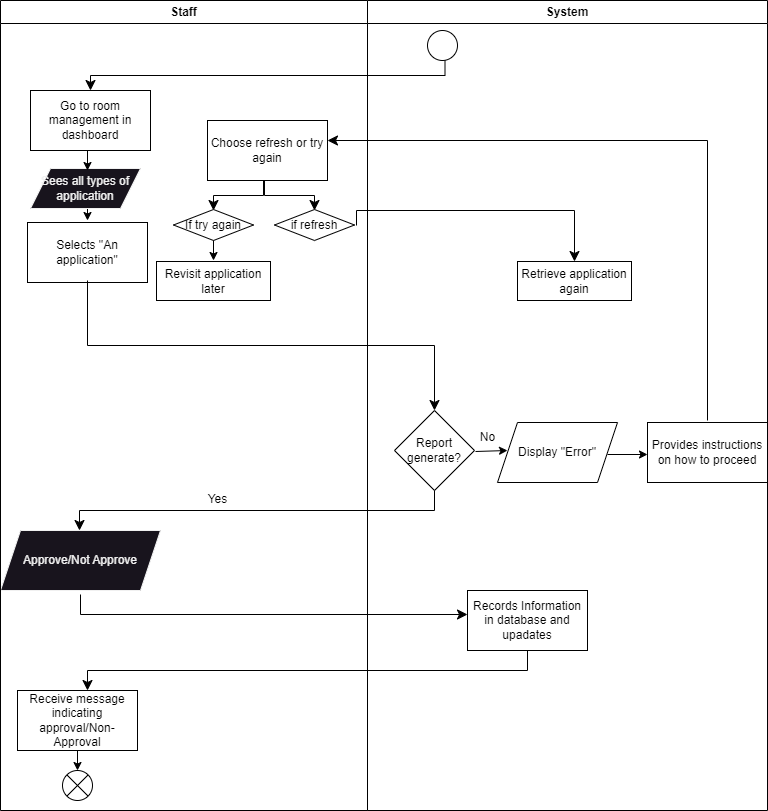
drshahizan/software-engineering keeps this draw.io diagram as project/drawio/stakeholder/activity diagram/uc15.png. Above is the earlier version. Source tidied: cells renumbered, new cells last; positions are measured from the earlier drawing's top-left corner, leaving out a move shared by most shapes.
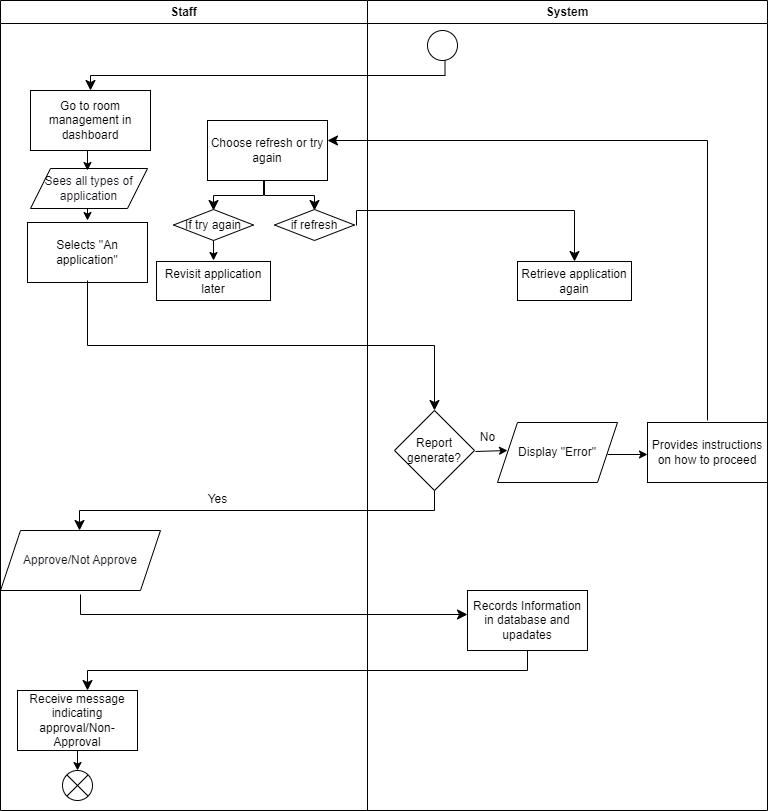
The same diagram one commit later.

What changed in the source:
```diff
@@ -115,11 +115,11 @@
     <mxCell id="27" style="shape=sumEllipse;perimeter=ellipsePerimeter;whiteSpace=wrap;html=1;backgroundOutline=1;" parent="1" vertex="1">
       <mxGeometry x="62" y="770" width="30" height="30" as="geometry" />
     </mxCell>
-    <mxCell id="28" value="Approve/Not Approve" style="shape=parallelogram;perimeter=parallelogramPerimeter;whiteSpace=wrap;html=1;fixedSize=1;fontFamily=Helvetica;fontSize=12;fontColor=rgb(240, 240, 240);align=center;strokeColor=rgb(240, 240, 240);fillColor=rgb(24, 20, 29);" parent="1" vertex="1">
+    <mxCell id="28" value="&lt;font color=&quot;#18141d&quot;&gt;Approve/Not Approve&lt;/font&gt;" style="shape=parallelogram;perimeter=parallelogramPerimeter;whiteSpace=wrap;html=1;fixedSize=1;fontFamily=Helvetica;fontSize=12;fontColor=rgb(240, 240, 240);align=center;strokeColor=#000000;fillColor=#FFFFFF;" parent="1" vertex="1">
       <mxGeometry y="530" width="160" height="60" as="geometry" />
     </mxCell>
-    <mxCell id="29" value="Sees all types of application" style="shape=parallelogram;perimeter=parallelogramPerimeter;whiteSpace=wrap;html=1;fixedSize=1;fontFamily=Helvetica;fontSize=12;fontColor=rgb(240, 240, 240);align=center;strokeColor=rgb(240, 240, 240);fillColor=rgb(24, 20, 29);" parent="1" vertex="1">
-      <mxGeometry x="30" y="168" width="110" height="40" as="geometry" />
+    <mxCell id="29" value="&lt;font color=&quot;#18141d&quot;&gt;Sees all types of application&lt;/font&gt;" style="shape=parallelogram;perimeter=parallelogramPerimeter;whiteSpace=wrap;html=1;fixedSize=1;fontFamily=Helvetica;fontSize=12;fontColor=rgb(240, 240, 240);align=center;strokeColor=#000000;fillColor=#FFFFFF;" parent="1" vertex="1">
+      <mxGeometry x="30" y="168" width="117" height="40" as="geometry" />
     </mxCell>
     <mxCell id="30" style="endArrow=classic;html=1;" parent="1" edge="1">
       <mxGeometry relative="1" as="geometry">
```
